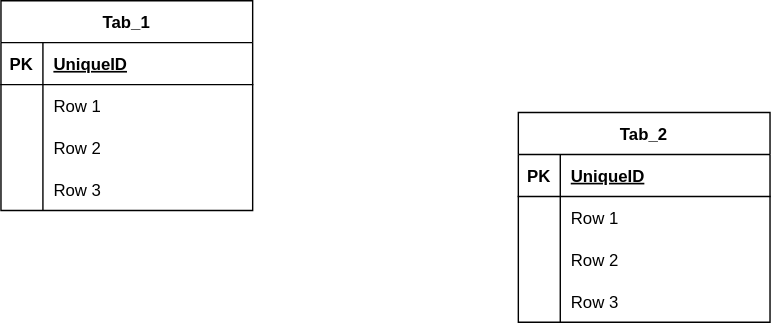
This is .idea/Диаграмма без названия.drawio.svg from Ashwagandha-coder/leetcode_kotlin, a draw.io export, as it was before one commit. Source tidied: cells renumbered, new cells last; positions are measured from the earlier drawing's top-left corner, leaving out a move shared by most shapes.
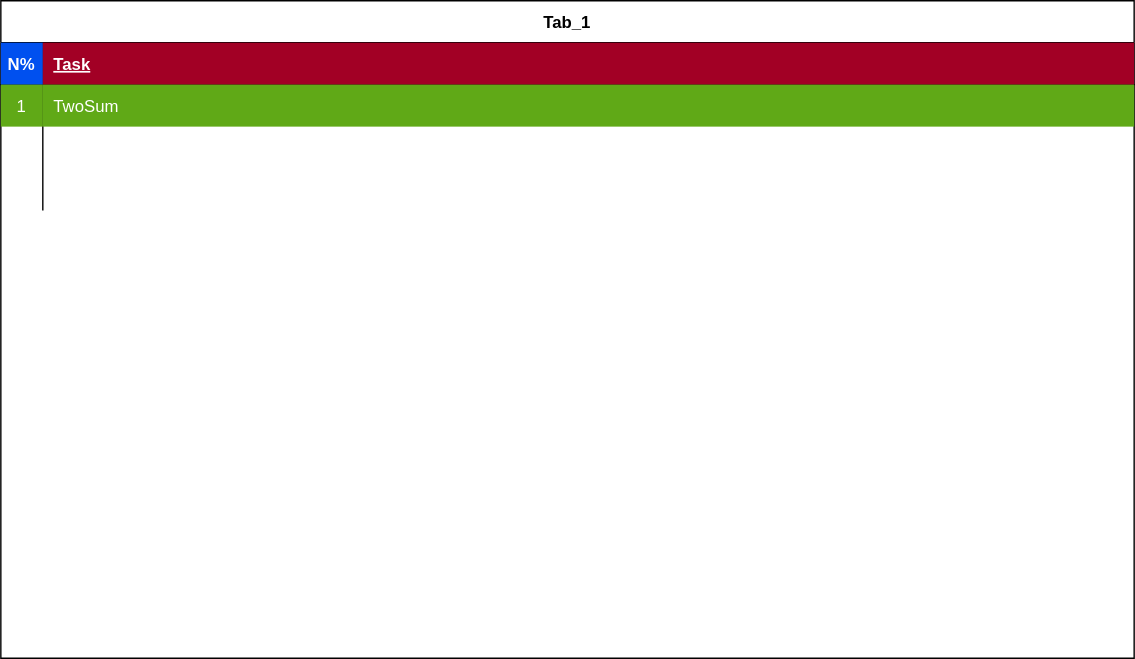
After the change.

Commit message:
table for task report

Diff of the diagram source:
```diff
@@ -3,82 +3,43 @@
     <mxCell id="0" />
     <mxCell id="1" parent="0" />
     <mxCell id="2" value="Tab_1" style="shape=table;startSize=30;rowLines=0;fontStyle=1;align=center;" parent="1" vertex="1">
-      <mxGeometry width="180" height="150" as="geometry" />
+      <mxGeometry width="810" height="470" as="geometry" />
     </mxCell>
     <mxCell id="3" style="shape=tableRow;horizontal=0;startSize=0;swimlaneHead=0;swimlaneBody=0;fillColor=none;top=0;left=0;right=0;bottom=1;" parent="2" vertex="1">
-      <mxGeometry y="30" width="180" height="30" as="geometry" />
+      <mxGeometry y="30" width="810" height="30" as="geometry" />
     </mxCell>
-    <mxCell id="4" value="PK" style="shape=partialRectangle;fillColor=none;top=0;left=0;bottom=0;right=0;fontStyle=1;overflow=hidden;" parent="3" vertex="1">
+    <mxCell id="4" value="N%" style="shape=partialRectangle;fillColor=#0050ef;top=0;left=0;bottom=0;right=0;fontStyle=1;overflow=hidden;fontColor=#ffffff;strokeColor=#001DBC;" parent="3" vertex="1">
       <mxGeometry width="30" height="30" as="geometry" />
     </mxCell>
-    <mxCell id="5" value="UniqueID" style="shape=partialRectangle;fillColor=none;top=0;left=0;bottom=0;right=0;align=left;spacingLeft=6;fontStyle=5;overflow=hidden;" parent="3" vertex="1">
-      <mxGeometry x="30" width="150" height="30" as="geometry" />
+    <mxCell id="5" value="Task" style="shape=partialRectangle;fillColor=#a20025;top=0;left=0;bottom=0;right=0;align=left;spacingLeft=6;fontStyle=5;overflow=hidden;fontColor=#ffffff;strokeColor=#6F0000;" parent="3" vertex="1">
+      <mxGeometry x="30" width="780" height="30" as="geometry" />
     </mxCell>
     <mxCell id="6" style="shape=tableRow;horizontal=0;startSize=0;swimlaneHead=0;swimlaneBody=0;fillColor=none;top=0;left=0;right=0;bottom=0;" parent="2" vertex="1">
-      <mxGeometry y="60" width="180" height="30" as="geometry" />
+      <mxGeometry y="60" width="810" height="30" as="geometry" />
     </mxCell>
-    <mxCell id="7" style="shape=partialRectangle;fillColor=none;top=0;left=0;bottom=0;right=0;overflow=hidden;" parent="6" vertex="1">
+    <mxCell id="7" value="1" style="shape=partialRectangle;fillColor=#60a917;top=0;left=0;bottom=0;right=0;overflow=hidden;fontColor=#ffffff;strokeColor=#2D7600;" parent="6" vertex="1">
       <mxGeometry width="30" height="30" as="geometry" />
     </mxCell>
-    <mxCell id="8" value="Row 1" style="shape=partialRectangle;fillColor=none;top=0;left=0;bottom=0;right=0;align=left;spacingLeft=6;overflow=hidden;" parent="6" vertex="1">
-      <mxGeometry x="30" width="150" height="30" as="geometry" />
+    <mxCell id="8" value="TwoSum" style="shape=partialRectangle;fillColor=#60a917;top=0;left=0;bottom=0;right=0;align=left;spacingLeft=6;overflow=hidden;fontColor=#ffffff;strokeColor=#2D7600;" parent="6" vertex="1">
+      <mxGeometry x="30" width="780" height="30" as="geometry" />
     </mxCell>
     <mxCell id="9" style="shape=tableRow;horizontal=0;startSize=0;swimlaneHead=0;swimlaneBody=0;fillColor=none;top=0;left=0;right=0;bottom=0;" parent="2" vertex="1">
-      <mxGeometry y="90" width="180" height="30" as="geometry" />
+      <mxGeometry y="90" width="810" height="30" as="geometry" />
     </mxCell>
     <mxCell id="10" style="shape=partialRectangle;fillColor=none;top=0;left=0;bottom=0;right=0;overflow=hidden;" parent="9" vertex="1">
       <mxGeometry width="30" height="30" as="geometry" />
     </mxCell>
-    <mxCell id="11" value="Row 2" style="shape=partialRectangle;fillColor=none;top=0;left=0;bottom=0;right=0;align=left;spacingLeft=6;overflow=hidden;" parent="9" vertex="1">
-      <mxGeometry x="30" width="150" height="30" as="geometry" />
+    <mxCell id="11" style="shape=partialRectangle;fillColor=none;top=0;left=0;bottom=0;right=0;align=left;spacingLeft=6;overflow=hidden;" parent="9" vertex="1">
+      <mxGeometry x="30" width="780" height="30" as="geometry" />
     </mxCell>
     <mxCell id="12" style="shape=tableRow;horizontal=0;startSize=0;swimlaneHead=0;swimlaneBody=0;fillColor=none;top=0;left=0;right=0;bottom=0;" parent="2" vertex="1">
-      <mxGeometry y="120" width="180" height="30" as="geometry" />
+      <mxGeometry y="120" width="810" height="30" as="geometry" />
     </mxCell>
     <mxCell id="13" style="shape=partialRectangle;fillColor=none;top=0;left=0;bottom=0;right=0;overflow=hidden;" parent="12" vertex="1">
       <mxGeometry width="30" height="30" as="geometry" />
     </mxCell>
-    <mxCell id="14" value="Row 3" style="shape=partialRectangle;fillColor=none;top=0;left=0;bottom=0;right=0;align=left;spacingLeft=6;overflow=hidden;" parent="12" vertex="1">
-      <mxGeometry x="30" width="150" height="30" as="geometry" />
+    <mxCell id="14" style="shape=partialRectangle;fillColor=none;top=0;left=0;bottom=0;right=0;align=left;spacingLeft=6;overflow=hidden;" parent="12" vertex="1">
+      <mxGeometry x="30" width="780" height="30" as="geometry" />
     </mxCell>
-    <mxCell id="15" value="Tab_2" style="shape=table;startSize=30;rowLines=0;fontStyle=1;align=center;" parent="1" vertex="1">
-      <mxGeometry x="370" y="80" width="180" height="150" as="geometry" />
-    </mxCell>
-    <mxCell id="16" style="shape=tableRow;horizontal=0;startSize=0;swimlaneHead=0;swimlaneBody=0;fillColor=none;top=0;left=0;right=0;bottom=1;" parent="15" vertex="1">
-      <mxGeometry y="30" width="180" height="30" as="geometry" />
-    </mxCell>
-    <mxCell id="17" value="PK" style="shape=partialRectangle;fillColor=none;top=0;left=0;bottom=0;right=0;fontStyle=1;overflow=hidden;" parent="16" vertex="1">
-      <mxGeometry width="30" height="30" as="geometry" />
-    </mxCell>
-    <mxCell id="18" value="UniqueID" style="shape=partialRectangle;fillColor=none;top=0;left=0;bottom=0;right=0;align=left;spacingLeft=6;fontStyle=5;overflow=hidden;" parent="16" vertex="1">
-      <mxGeometry x="30" width="150" height="30" as="geometry" />
-    </mxCell>
-    <mxCell id="19" style="shape=tableRow;horizontal=0;startSize=0;swimlaneHead=0;swimlaneBody=0;fillColor=none;top=0;left=0;right=0;bottom=0;" parent="15" vertex="1">
-      <mxGeometry y="60" width="180" height="30" as="geometry" />
-    </mxCell>
-    <mxCell id="20" style="shape=partialRectangle;fillColor=none;top=0;left=0;bottom=0;right=0;overflow=hidden;" parent="19" vertex="1">
-      <mxGeometry width="30" height="30" as="geometry" />
-    </mxCell>
-    <mxCell id="21" value="Row 1" style="shape=partialRectangle;fillColor=none;top=0;left=0;bottom=0;right=0;align=left;spacingLeft=6;overflow=hidden;" parent="19" vertex="1">
-      <mxGeometry x="30" width="150" height="30" as="geometry" />
-    </mxCell>
-    <mxCell id="22" style="shape=tableRow;horizontal=0;startSize=0;swimlaneHead=0;swimlaneBody=0;fillColor=none;top=0;left=0;right=0;bottom=0;" parent="15" vertex="1">
-      <mxGeometry y="90" width="180" height="30" as="geometry" />
-    </mxCell>
-    <mxCell id="23" style="shape=partialRectangle;fillColor=none;top=0;left=0;bottom=0;right=0;overflow=hidden;" parent="22" vertex="1">
-      <mxGeometry width="30" height="30" as="geometry" />
-    </mxCell>
-    <mxCell id="24" value="Row 2" style="shape=partialRectangle;fillColor=none;top=0;left=0;bottom=0;right=0;align=left;spacingLeft=6;overflow=hidden;" parent="22" vertex="1">
-      <mxGeometry x="30" width="150" height="30" as="geometry" />
-    </mxCell>
-    <mxCell id="25" style="shape=tableRow;horizontal=0;startSize=0;swimlaneHead=0;swimlaneBody=0;fillColor=none;top=0;left=0;right=0;bottom=0;" parent="15" vertex="1">
-      <mxGeometry y="120" width="180" height="30" as="geometry" />
-    </mxCell>
-    <mxCell id="26" style="shape=partialRectangle;fillColor=none;top=0;left=0;bottom=0;right=0;overflow=hidden;" parent="25" vertex="1">
-      <mxGeometry width="30" height="30" as="geometry" />
-    </mxCell>
-    <mxCell id="27" value="Row 3" style="shape=partialRectangle;fillColor=none;top=0;left=0;bottom=0;right=0;align=left;spacingLeft=6;overflow=hidden;" parent="25" vertex="1">
-      <mxGeometry x="30" width="150" height="30" as="geometry" />
-    </mxCell>
   </root>
 </mxGraphModel>
```
